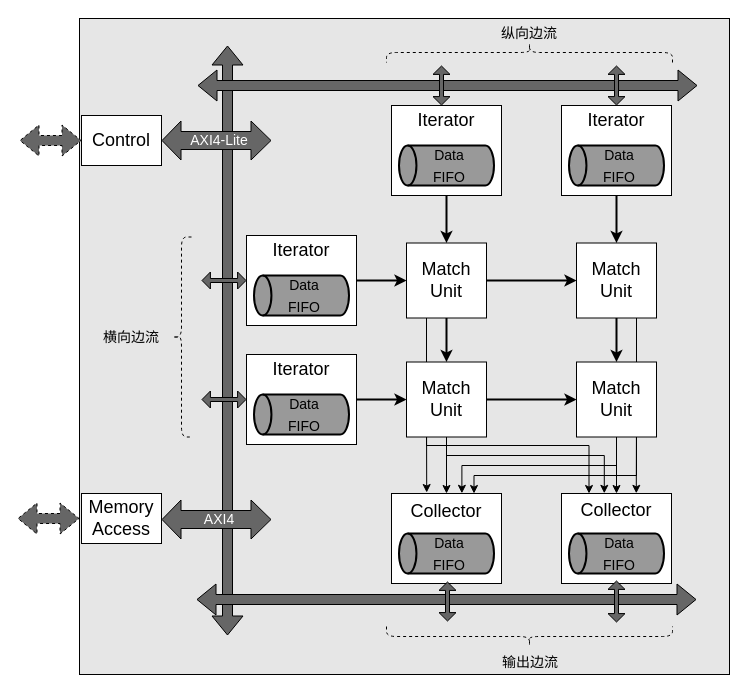
Above: img/FPGA-design.drawio in Coder-Colder/MyPics (draw.io), before the change. Source tidied: cells renumbered, new cells numbered last; positions are measured from the earlier drawing's top-left corner, leaving out a move shared by most shapes. Both pictures are drawn from the tidied source at 100%, with x=0, y=0 at pixel (17, -91).
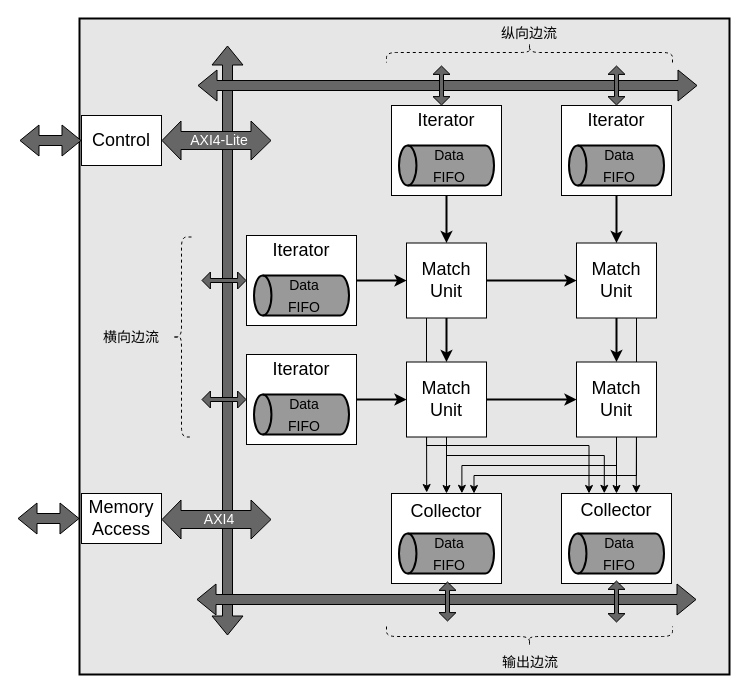
After the change.

Unchanged cells that the change refers to:
```xml
<mxCell id="3" value="&lt;font style=&quot;font-size: 18px;&quot;&gt;Control&lt;/font&gt;" style="rounded=0;whiteSpace=wrap;html=1;" parent="1" vertex="1">
  <mxGeometry x="64" y="206" width="80" height="50" as="geometry" />
</mxCell>
```

What changed in the source:
```diff
@@
-    <mxCell id="2" style="rounded=0;whiteSpace=wrap;html=1;labelBackgroundColor=none;fontSize=14;fontColor=#000000;fillColor=#E6E6E6;" parent="1" vertex="1">
+    <mxCell id="2" style="rounded=0;whiteSpace=wrap;html=1;labelBackgroundColor=none;fontSize=14;fontColor=#000000;fillColor=#E6E6E6;strokeWidth=2;" parent="1" vertex="1">
       <mxGeometry x="62" y="109" width="650" height="656" as="geometry" />
     </mxCell>
@@
-    <mxCell id="80" style="shape=flexArrow;endArrow=classic;startArrow=classic;html=1;rounded=0;dashed=1;fontSize=14;fontColor=#000000;strokeWidth=1;fillColor=#666666;entryX=0;entryY=0.5;entryDx=0;entryDy=0;" parent="1" edge="1" target="3">
+    <mxCell id="80" style="shape=flexArrow;endArrow=classic;startArrow=classic;html=1;rounded=0;fontSize=14;fontColor=#000000;strokeWidth=1;fillColor=#666666;entryX=0;entryY=0.5;entryDx=0;entryDy=0;" parent="1" edge="1" target="3">
       <mxGeometry relative="1" as="geometry">
         <mxPoint x="2" y="231" as="sourcePoint" />
       </mxGeometry>
     </mxCell>
-    <mxCell id="81" style="shape=flexArrow;endArrow=classic;startArrow=classic;html=1;rounded=0;dashed=1;fontSize=14;fontColor=#000000;strokeWidth=1;fillColor=#666666;entryX=0;entryY=0.5;entryDx=0;entryDy=0;" parent="1" edge="1">
+    <mxCell id="81" style="shape=flexArrow;endArrow=classic;startArrow=classic;html=1;rounded=0;fontSize=14;fontColor=#000000;strokeWidth=1;fillColor=#666666;entryX=0;entryY=0.5;entryDx=0;entryDy=0;" parent="1" edge="1">
       <mxGeometry relative="1" as="geometry">
         <mxPoint y="609" as="sourcePoint" />
         <mxPoint x="62" y="609" as="targetPoint" />
       </mxGeometry>
     </mxCell>
```
